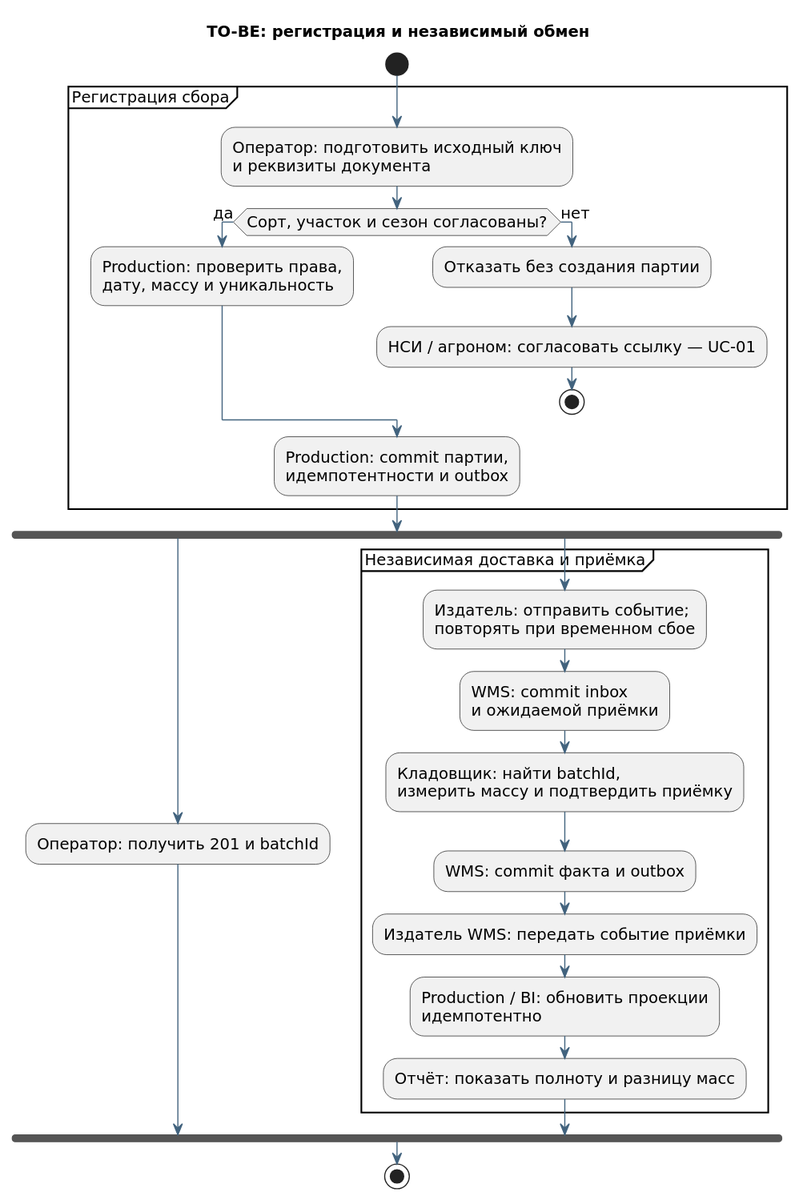
spicerrr/sa-portfolio keeps this PlantUML diagram as agritech/diagrams/rendered/to-be-process.svg. Above is the earlier version.
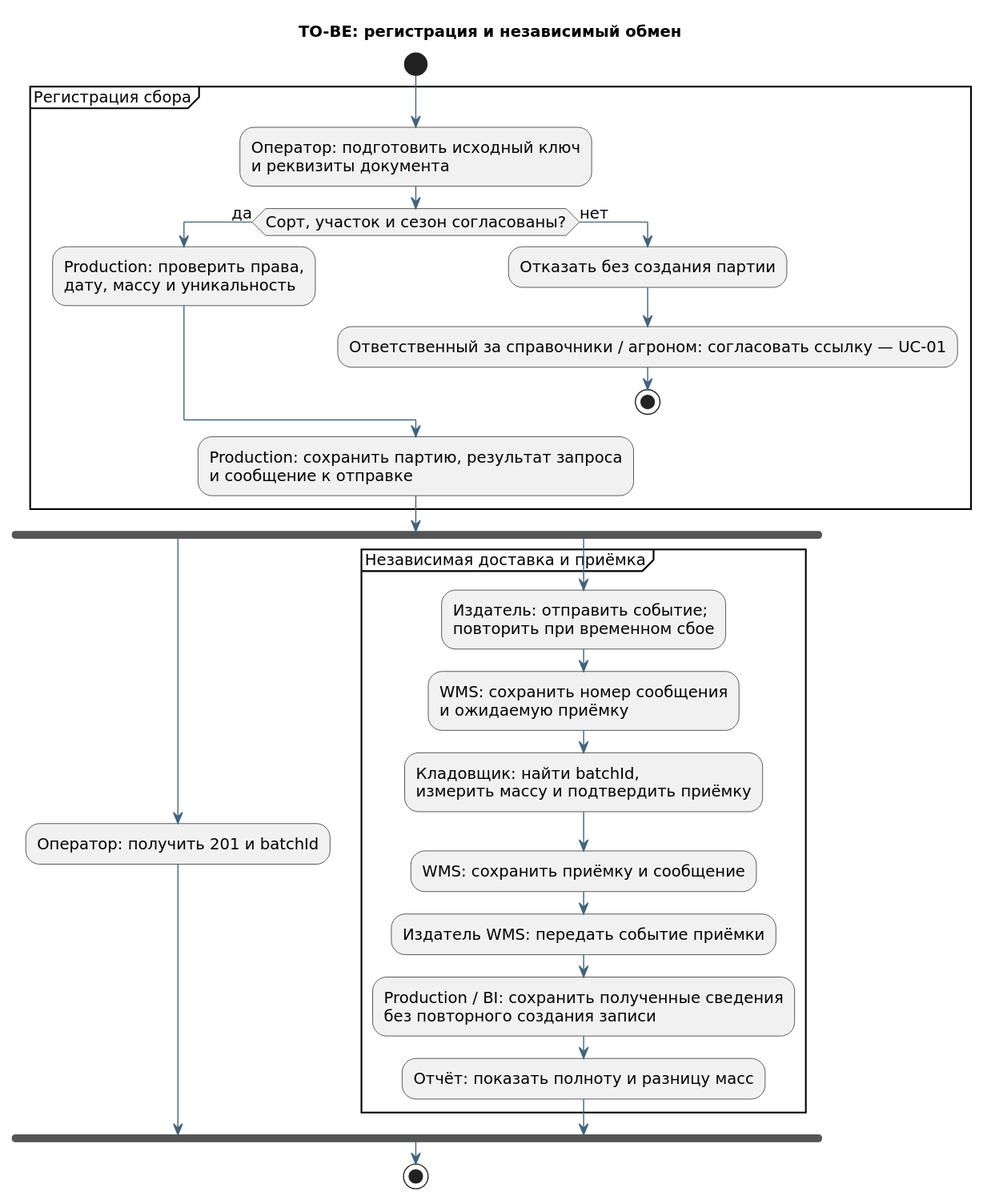
Above is the later version.

The edit, as a diff of the source:
```diff
@@ -20,21 +20,21 @@
      :Production: проверить права,\nдату, массу и уникальность;
    else (нет)
      :Отказать без создания партии;
-     :НСИ / агроном: согласовать ссылку — UC-01;
+     :Ответственный за справочники / агроном: согласовать ссылку — UC-01;
      stop
    endif
-   :Production: commit партии,\nидемпотентности и outbox;
+   :Production: сохранить партию, результат запроса\nи сообщение к отправке;
  }
 fork
    :Оператор: получить 201 и batchId;
 fork again
    partition "Независимая доставка и приёмка" {
-     :Издатель: отправить событие;\nповторять при временном сбое;
-     :WMS: commit inbox\nи ожидаемой приёмки;
+     :Издатель: отправить событие;\nповторить при временном сбое;
+     :WMS: сохранить номер сообщения\nи ожидаемую приёмку;
      :Кладовщик: найти batchId,\nизмерить массу и подтвердить приёмку;
-     :WMS: commit факта и outbox;
+     :WMS: сохранить приёмку и сообщение;
      :Издатель WMS: передать событие приёмки;
-     :Production / BI: обновить проекции\nидемпотентно;
+     :Production / BI: сохранить полученные сведения\nбез повторного создания записи;
      :Отчёт: показать полноту и разницу масс;
    }
 end fork
```
